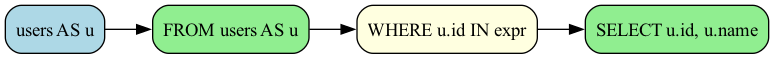
Earlier version of the Graphviz export examples/subquery_in_operation.png (rot1024/sqloflow). Its source is kept beside it as examples/subquery_in_operation.dot.
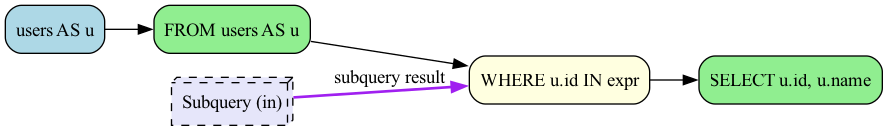
After the commit.

The edit, as a diff of the source:
```diff
@@ -4,10 +4,12 @@
 
   node_0 [label="users AS u", fillcolor=lightblue, style="filled,rounded"];
   node_1 [label="FROM users AS u", fillcolor=lightgreen, style="filled,rounded"];
-  node_3 [label="SELECT u.id, u.name", fillcolor=lightgreen, style="filled,rounded"];
+  node_4 [label="SELECT u.id, u.name", fillcolor=lightgreen, style="filled,rounded"];
   node_2 [label="WHERE u.id IN expr", fillcolor=lightyellow, style="filled,rounded"];
+  node_3 [label="Subquery (in)", fillcolor=lavender, style="filled,rounded,dashed", shape=box3d];
 
   node_0 -> node_1 [color=black];
   node_1 -> node_2 [color=black];
-  node_2 -> node_3 [color=black];
+  node_3 -> node_2 [color=purple, style=bold, label="subquery result"];
+  node_2 -> node_4 [color=black];
 }
```
